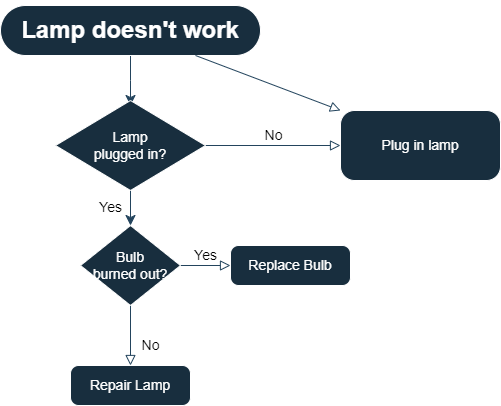
This is Daily work/2025/picture/drawio-introduction.png from zeff163/stackedit-app-data, a draw.io export, as it was before one commit. Source tidied: cells renumbered, new cells last; positions are measured from the earlier drawing's top-left corner, leaving out a move shared by most shapes.
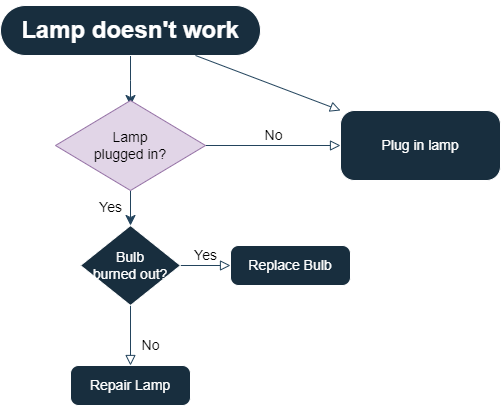
The same diagram one commit later.

Diff of the diagram source:
```diff
@@ -16,7 +16,7 @@
     <mxCell id="5" value="No" style="edgeStyle=orthogonalEdgeStyle;rounded=0;html=1;jettySize=auto;fontSize=14;endArrow=block;endFill=0;endSize=8;strokeWidth=1;shadow=0;labelBackgroundColor=none;strokeColor=#23445D;fontColor=default;spacingTop=-1;arcSize=20;" parent="1" edge="1" source="6" target="7">
       <mxGeometry y="10" relative="1" as="geometry" />
     </mxCell>
-    <mxCell id="6" value="Lamp&lt;br&gt;plugged in?" style="rhombus;whiteSpace=wrap;html=1;shadow=0;fontFamily=Helvetica;fontSize=14;align=center;strokeWidth=1;spacing=6;spacingTop=-1;labelBackgroundColor=none;fillColor=#182E3E;strokeColor=#FFFFFF;fontColor=#FFFFFF;arcSize=20;" parent="1" vertex="1">
+    <mxCell id="6" value="Lamp&lt;br&gt;plugged in?" style="rhombus;whiteSpace=wrap;html=1;shadow=0;fontFamily=Helvetica;fontSize=14;align=center;strokeWidth=1;spacing=6;spacingTop=-1;labelBackgroundColor=none;fillColor=#e1d5e7;strokeColor=#9673a6;arcSize=20;" parent="1" vertex="1">
       <mxGeometry x="55" y="95" width="150" height="90" as="geometry" />
     </mxCell>
     <mxCell id="7" value="Plug in lamp" style="rounded=1;whiteSpace=wrap;html=1;fontSize=14;glass=0;strokeWidth=1;shadow=0;labelBackgroundColor=none;fillColor=#182E3E;strokeColor=#FFFFFF;fontColor=#FFFFFF;spacingTop=-1;arcSize=20;" parent="1" vertex="1">
```
